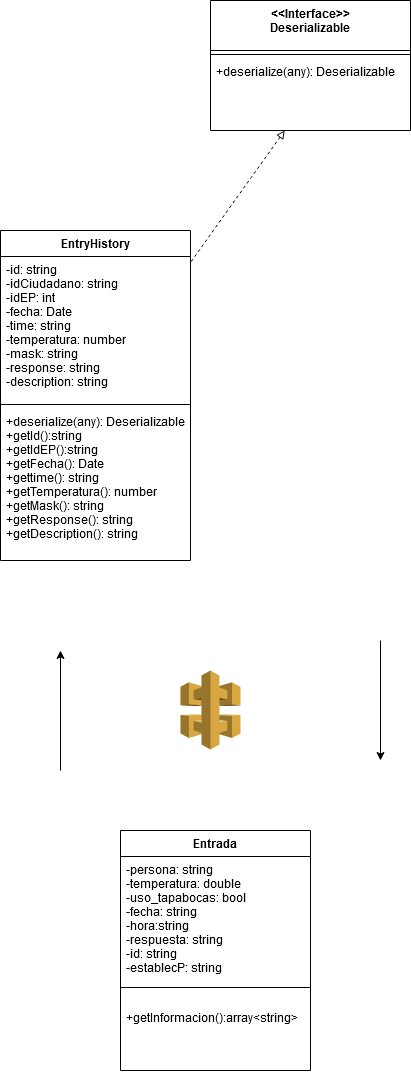
The draw.io diagram documentation/Diagramas de clases/Diagrama de clases entradas.png in santiagoMeloMedina/PSICovidControl, before a commit. Source tidied: cells renumbered, new cells last; positions are measured from the earlier drawing's top-left corner, leaving out a move shared by most shapes.
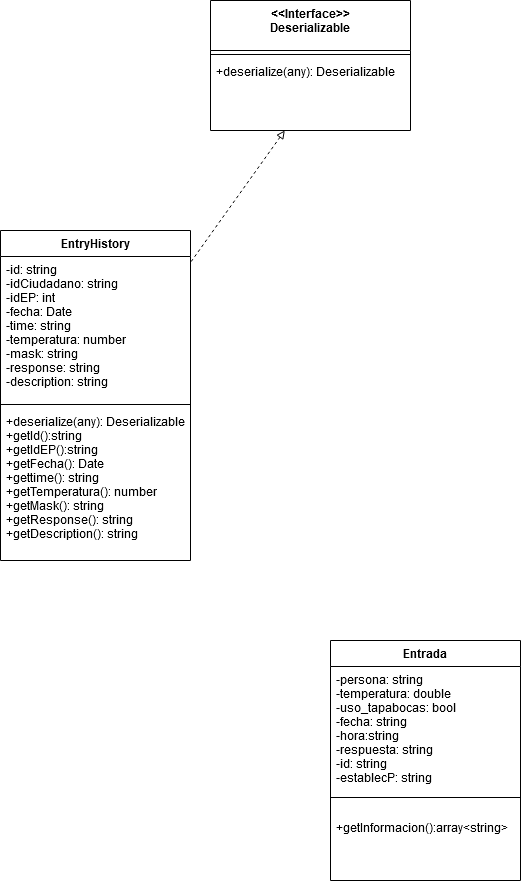
Above is the later version.

Diff of the diagram source:
```diff
@@ -3,7 +3,7 @@
     <mxCell id="0" />
     <mxCell id="1" parent="0" />
     <mxCell id="2" value="Entrada" style="swimlane;fontStyle=1;align=center;verticalAlign=top;horizontal=1;startSize=26;" parent="1" vertex="1">
-      <mxGeometry x="120" y="830" width="190" height="240" as="geometry" />
+      <mxGeometry x="330" y="640" width="190" height="240" as="geometry" />
     </mxCell>
     <mxCell id="3" value="-persona: string&#10;-temperatura: double&#10;-uso_tapabocas: bool&#10;-fecha: string&#10;-hora:string&#10;-respuesta: string&#10;-id: string&#10;-establecP: string&#10;&#10;&#10;&#10;" style="text;strokeColor=none;fillColor=none;align=left;verticalAlign=top;spacingLeft=4;spacingRight=4;overflow=hidden;" parent="2" vertex="1">
       <mxGeometry y="26" width="190" height="114" as="geometry" />
@@ -14,9 +14,6 @@
     <mxCell id="5" value="+getInformacion():array&lt;string&gt;" style="text;strokeColor=none;fillColor=none;align=left;verticalAlign=top;spacingLeft=4;spacingRight=4;overflow=hidden;" parent="2" vertex="1">
       <mxGeometry y="174" width="190" height="66" as="geometry" />
     </mxCell>
-    <mxCell id="6" style="dashed=0;verticalLabelPosition=bottom;verticalAlign=top;align=center;html=1;shape=mxgraph.aws3.api_gateway;fillColor=#D9A741;gradientColor=none;" parent="1" vertex="1">
-      <mxGeometry x="180" y="670" width="60" height="79" as="geometry" />
-    </mxCell>
     <mxCell id="7" value="&lt;&lt;Interface&gt;&gt;&#10;Deserializable" style="swimlane;fontStyle=1;align=center;verticalAlign=top;horizontal=1;startSize=50;" parent="1" vertex="1">
       <mxGeometry x="210" width="200" height="130" as="geometry" />
     </mxCell>
@@ -41,17 +38,5 @@
     <mxCell id="14" value="+deserialize(any): Deserializable &#10;+getId():string&#10;+getIdEP():string&#10;+getFecha(): Date&#10;+gettime(): string&#10;+getTemperatura(): number&#10;+getMask(): string&#10;+getResponse(): string&#10;+getDescription(): string&#10;&#10;&#10;" style="text;strokeColor=none;fillColor=none;align=left;verticalAlign=top;spacingLeft=4;spacingRight=4;overflow=hidden;" parent="11" vertex="1">
       <mxGeometry y="178" width="190" height="152" as="geometry" />
     </mxCell>
-    <mxCell id="15" style="endArrow=classic;html=1;strokeWidth=1;" parent="1" edge="1">
-      <mxGeometry relative="1" as="geometry">
-        <mxPoint x="60" y="770" as="sourcePoint" />
-        <mxPoint x="60" y="650" as="targetPoint" />
-      </mxGeometry>
-    </mxCell>
-    <mxCell id="16" style="endArrow=classic;html=1;strokeWidth=1;" parent="1" edge="1">
-      <mxGeometry relative="1" as="geometry">
-        <mxPoint x="380" y="640" as="sourcePoint" />
-        <mxPoint x="380" y="760" as="targetPoint" />
-      </mxGeometry>
-    </mxCell>
   </root>
 </mxGraphModel>
```
